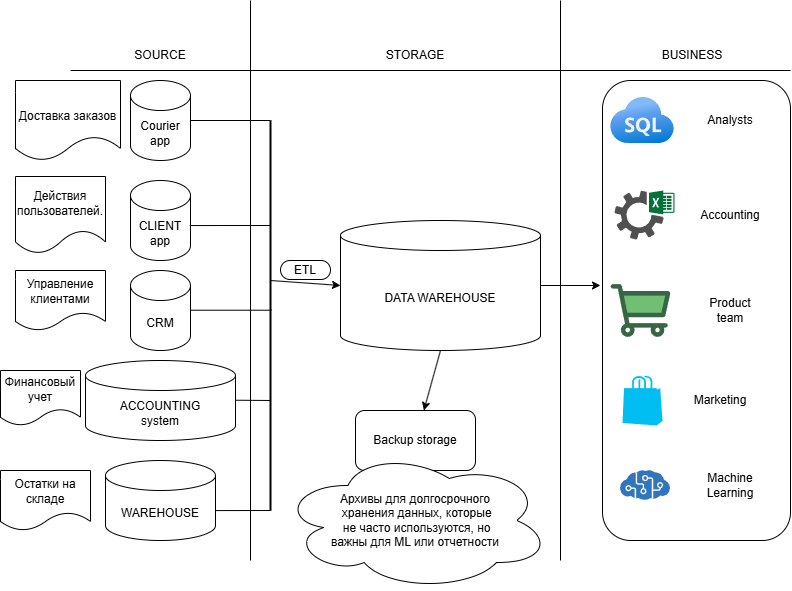
Marshmello7z/de-101 keeps this draw.io diagram as Module1/АРХИТЕКТУРА АНАЛИТИЧЕСКОГО РЕШЕНИЯ.png. Above is the earlier version. Source tidied: cells renumbered, new cells last; positions are measured from the earlier drawing's top-left corner, leaving out a move shared by most shapes.
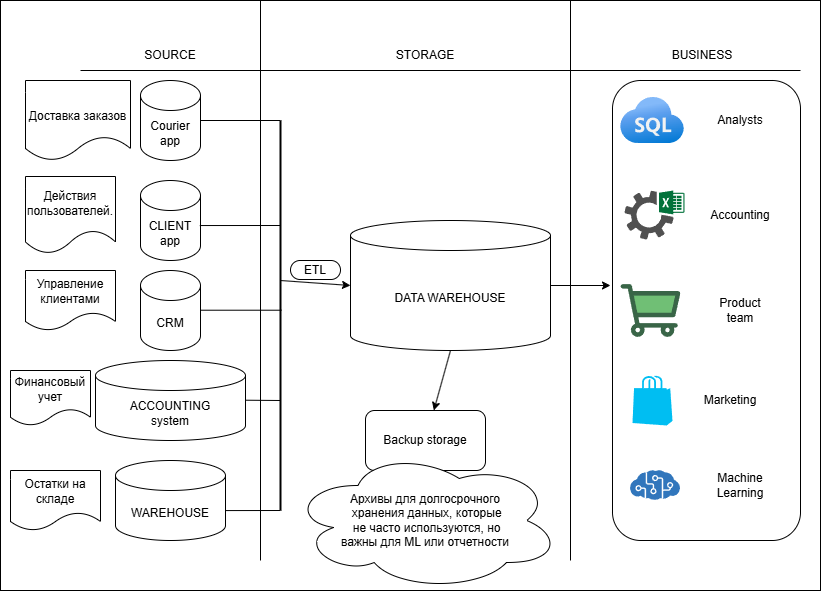
After the change.

Commit message:
Добавлен файл диаграммы и описание в README

The edit, as a diff of the source:
```diff
@@ -2,6 +2,9 @@
   <root>
     <mxCell id="0" />
     <mxCell id="1" parent="0" />
+    <mxCell id="42" style="rounded=0;whiteSpace=wrap;html=1;" parent="1" vertex="1">
+      <mxGeometry x="-10" width="820" height="590" as="geometry" />
+    </mxCell>
     <mxCell id="2" style="rounded=1;whiteSpace=wrap;html=1;" parent="1" vertex="1">
       <mxGeometry x="602" y="80" width="188" height="460" as="geometry" />
     </mxCell>
```
